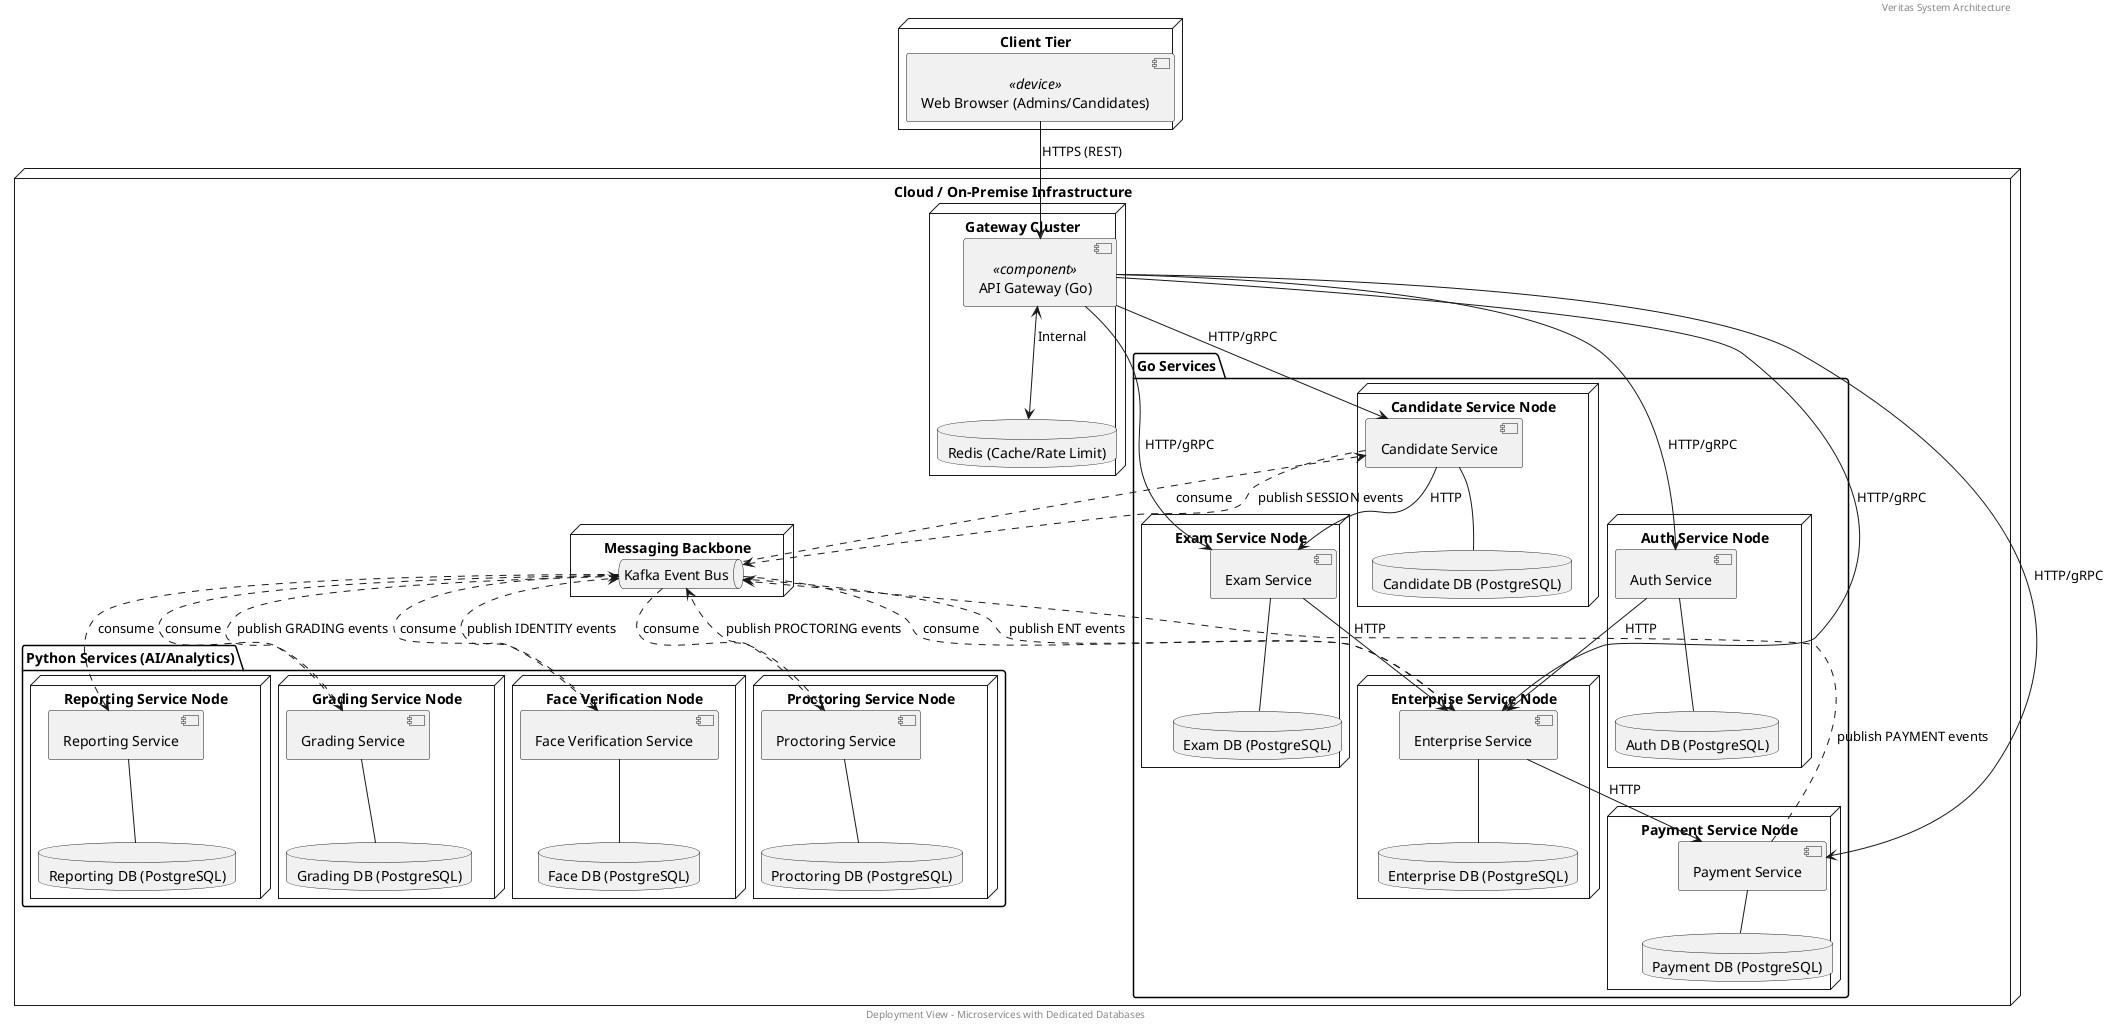
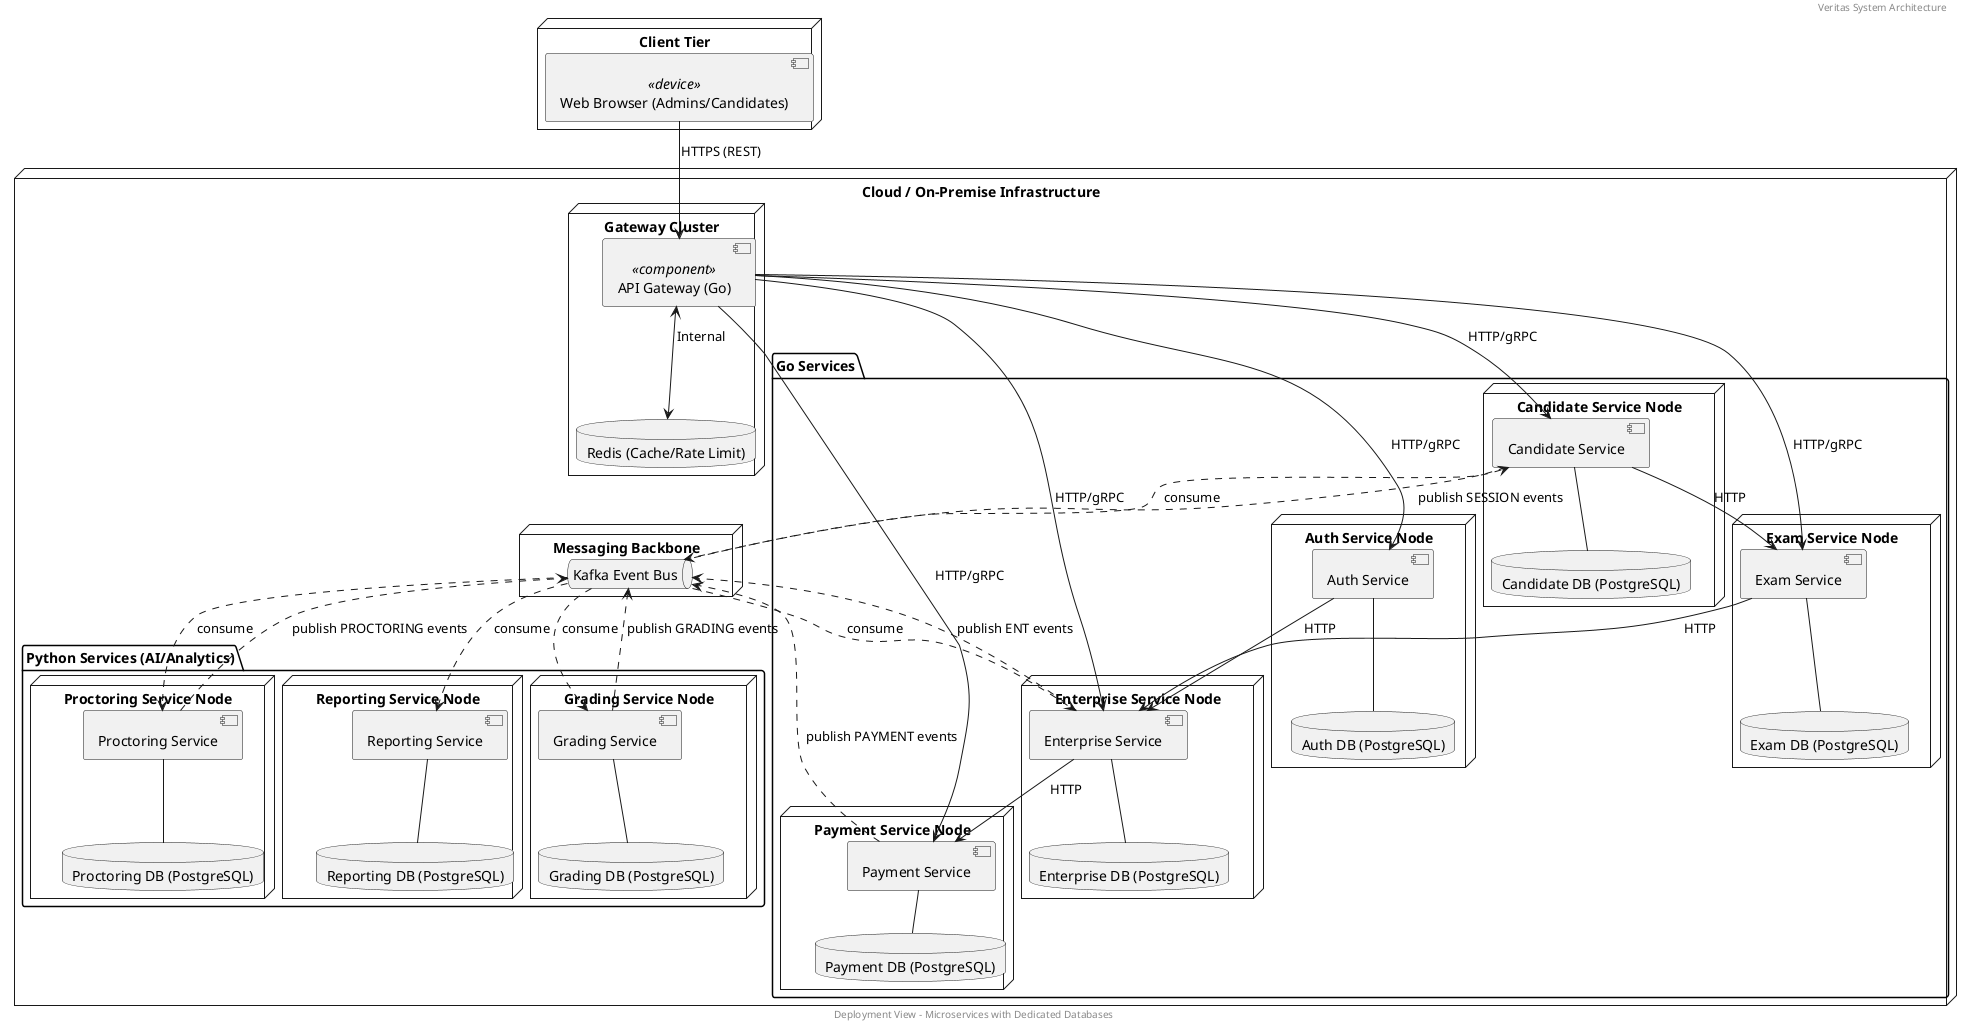
@startuml Veritas Deployment Diagram
!pragma layout smetana

header Veritas System Architecture
footer Deployment View - Microservices with Dedicated Databases

node "Client Tier" {
    [Web Browser (Admins/Candidates)] <<device>> as Browser
}

node "Cloud / On-Premise Infrastructure" {

    node "Gateway Cluster" {
        [API Gateway (Go)] <<component>> as Gateway
        database "Redis (Cache/Rate Limit)" as Redis
    }

    node "Messaging Backbone" {
        queue "Kafka Event Bus" as Kafka
    }

    package "Go Services" {
        node "Auth Service Node" {
            [Auth Service] as AuthService
            database "Auth DB (PostgreSQL)" as AuthDB
        }
        node "Enterprise Service Node" {
            [Enterprise Service] as EnterpriseService
            database "Enterprise DB (PostgreSQL)" as EnterpriseDB
        }
        node "Exam Service Node" {
            [Exam Service] as ExamService
            database "Exam DB (PostgreSQL)" as ExamDB
        }
        node "Candidate Service Node" {
            [Candidate Service] as CandidateService
            database "Candidate DB (PostgreSQL)" as CandidateDB
        }
        node "Payment Service Node" {
            [Payment Service] as PaymentService
            database "Payment DB (PostgreSQL)" as PaymentDB
        }
    }

    package "Python Services (AI/Analytics)" {
        node "Proctoring Service Node" {
            [Proctoring Service] as ProctoringService
            database "Proctoring DB (PostgreSQL)" as ProctoringDB
        }
        node "Grading Service Node" {
            [Grading Service] as GradingService
            database "Grading DB (PostgreSQL)" as GradingDB
        }
        node "Reporting Service Node" {
            [Reporting Service] as ReportingService
            database "Reporting DB (PostgreSQL)" as ReportingDB
        }
-         node "Face Verification Node" {
-             [Face Verification Service] as FaceService
-             database "Face DB (PostgreSQL)" as FaceDB
-         }
    }
}

' Relationships
Browser --> Gateway : HTTPS (REST)
Gateway <--> Redis : Internal
Gateway --> AuthService : HTTP/gRPC
Gateway --> EnterpriseService : HTTP/gRPC
Gateway --> ExamService : HTTP/gRPC
Gateway --> CandidateService : HTTP/gRPC
Gateway --> PaymentService : HTTP/gRPC

' Service to DB
AuthService -- AuthDB
EnterpriseService -- EnterpriseDB
ExamService -- ExamDB
CandidateService -- CandidateDB
PaymentService -- PaymentDB
ProctoringService -- ProctoringDB
GradingService -- GradingDB
ReportingService -- ReportingDB
- FaceService -- FaceDB

' Inter-service comms (Sync)
AuthService --> EnterpriseService : HTTP
ExamService --> EnterpriseService : HTTP
CandidateService --> ExamService : HTTP
EnterpriseService --> PaymentService : HTTP

' Event-Driven (Async via Kafka)
CandidateService ..> Kafka : publish SESSION events
- FaceService ..> Kafka : publish IDENTITY events
ProctoringService ..> Kafka : publish PROCTORING events
GradingService ..> Kafka : publish GRADING events
PaymentService ..> Kafka : publish PAYMENT events
EnterpriseService ..> Kafka : publish ENT events

- Kafka ..> FaceService : consume
Kafka ..> ProctoringService : consume
Kafka ..> GradingService : consume
Kafka ..> ReportingService : consume
Kafka ..> CandidateService : consume
Kafka ..> EnterpriseService : consume

@enduml
